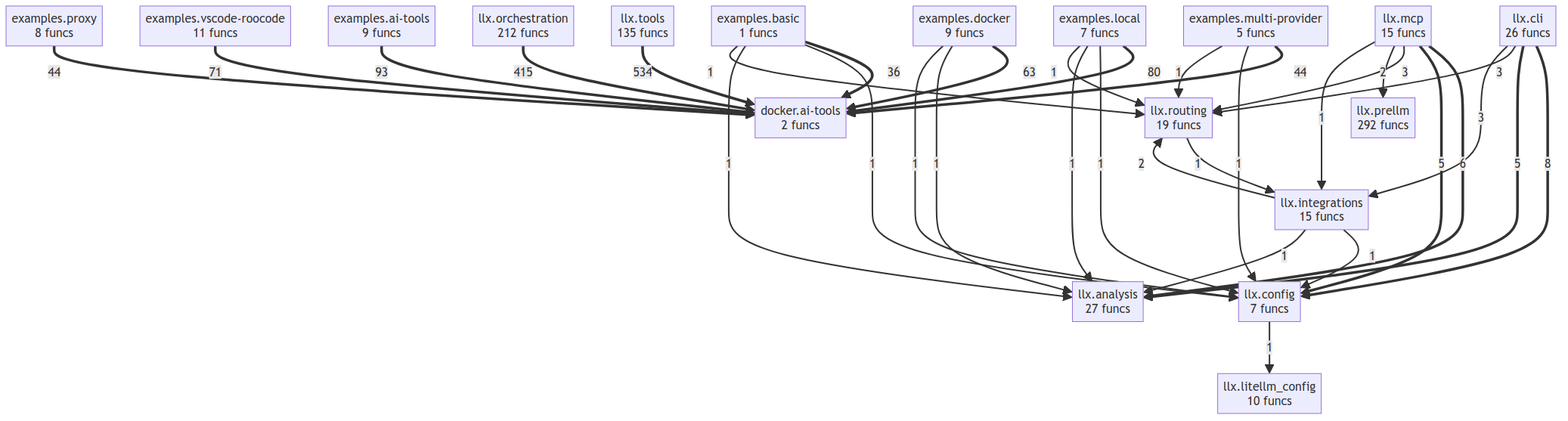
This is project/compact_flow.png from semcod/llx, a Mermaid export, as it was before one commit. Its source is kept beside it as project/compact_flow.mmd.
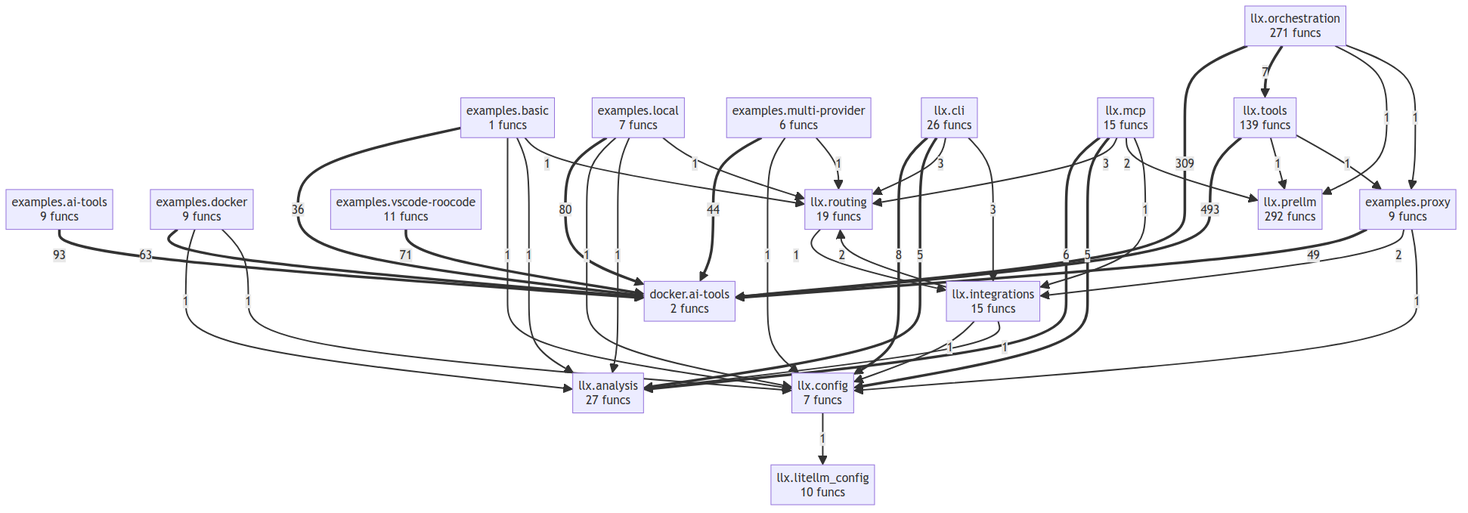
Later version of the same file.

What changed in the source:
```diff
@@ -1,52 +1,59 @@
 flowchart TD
-    docker_ai_tools["docker.ai-tools<br/>2 funcs"]
-    examples_ai_tools["examples.ai-tools<br/>9 funcs"]
-    examples_basic["examples.basic<br/>1 funcs"]
-    examples_docker["examples.docker<br/>9 funcs"]
-    examples_local["examples.local<br/>7 funcs"]
-    examples_multi_provider["examples.multi-provider<br/>5 funcs"]
-    examples_proxy["examples.proxy<br/>8 funcs"]
-    examples_vscode_roocode["examples.vscode-roocode<br/>11 funcs"]
-    llx_analysis["llx.analysis<br/>27 funcs"]
-    llx_cli["llx.cli<br/>26 funcs"]
-    llx_config["llx.config<br/>7 funcs"]
-    llx_integrations["llx.integrations<br/>15 funcs"]
-    llx_litellm_config["llx.litellm_config<br/>10 funcs"]
-    llx_mcp["llx.mcp<br/>15 funcs"]
-    llx_orchestration["llx.orchestration<br/>212 funcs"]
-    llx_prellm["llx.prellm<br/>292 funcs"]
-    llx_routing["llx.routing<br/>19 funcs"]
-    llx_tools["llx.tools<br/>135 funcs"]
-    llx_tools ==>|534| docker_ai_tools
-    llx_orchestration ==>|415| docker_ai_tools
-    examples_ai_tools ==>|93| docker_ai_tools
-    examples_local ==>|80| docker_ai_tools
-    examples_vscode_roocode ==>|71| docker_ai_tools
-    examples_docker ==>|63| docker_ai_tools
-    examples_proxy ==>|44| docker_ai_tools
-    examples_multi_provider ==>|44| docker_ai_tools
-    examples_basic ==>|36| docker_ai_tools
-    llx_cli ==>|8| llx_config
-    llx_mcp ==>|6| llx_analysis
-    llx_cli ==>|5| llx_analysis
-    llx_mcp ==>|5| llx_config
-    llx_cli -->|3| llx_routing
-    llx_cli -->|3| llx_integrations
-    llx_mcp -->|3| llx_routing
-    llx_mcp -->|2| llx_prellm
-    llx_integrations -->|2| llx_routing
-    llx_config -->|1| llx_litellm_config
-    llx_mcp -->|1| llx_integrations
-    llx_routing -->|1| llx_integrations
-    llx_integrations -->|1| llx_config
-    llx_integrations -->|1| llx_analysis
-    examples_docker -->|1| llx_analysis
-    examples_docker -->|1| llx_config
-    examples_multi_provider -->|1| llx_config
-    examples_multi_provider -->|1| llx_routing
-    examples_local -->|1| llx_config
-    examples_local -->|1| llx_analysis
-    examples_local -->|1| llx_routing
-    examples_basic -->|1| llx_config
-    examples_basic -->|1| llx_analysis
-    examples_basic -->|1| llx_routing
+    docker__ai_tools["docker.ai-tools<br/>2 funcs"]
+    examples__ai_tools["examples.ai-tools<br/>9 funcs"]
+    examples__basic["examples.basic<br/>1 funcs"]
+    examples__docker["examples.docker<br/>9 funcs"]
+    examples__local["examples.local<br/>7 funcs"]
+    examples__multi_provider["examples.multi-provider<br/>6 funcs"]
+    examples__proxy["examples.proxy<br/>9 funcs"]
+    examples__vscode_roocode["examples.vscode-roocode<br/>11 funcs"]
+    llx__analysis["llx.analysis<br/>27 funcs"]
+    llx__cli["llx.cli<br/>26 funcs"]
+    llx__config["llx.config<br/>7 funcs"]
+    llx__integrations["llx.integrations<br/>15 funcs"]
+    llx__litellm_config["llx.litellm_config<br/>10 funcs"]
+    llx__mcp["llx.mcp<br/>15 funcs"]
+    llx__orchestration["llx.orchestration<br/>271 funcs"]
+    llx__prellm["llx.prellm<br/>292 funcs"]
+    llx__routing["llx.routing<br/>19 funcs"]
+    llx__tools["llx.tools<br/>139 funcs"]
+    llx__tools ==>|493| docker__ai_tools
+    llx__orchestration ==>|309| docker__ai_tools
+    examples__ai_tools ==>|93| docker__ai_tools
+    examples__local ==>|80| docker__ai_tools
+    examples__vscode_roocode ==>|71| docker__ai_tools
+    examples__docker ==>|63| docker__ai_tools
+    examples__proxy ==>|49| docker__ai_tools
+    examples__multi_provider ==>|44| docker__ai_tools
+    examples__basic ==>|36| docker__ai_tools
+    llx__cli ==>|8| llx__config
+    llx__orchestration ==>|7| llx__tools
+    llx__mcp ==>|6| llx__analysis
+    llx__cli ==>|5| llx__analysis
+    llx__mcp ==>|5| llx__config
+    llx__cli -->|3| llx__routing
+    llx__cli -->|3| llx__integrations
+    llx__mcp -->|3| llx__routing
+    llx__integrations -->|2| llx__routing
+    llx__mcp -->|2| llx__prellm
+    examples__proxy -->|2| llx__integrations
+    llx__config -->|1| llx__litellm_config
+    llx__tools -->|1| llx__prellm
+    llx__tools -->|1| examples__proxy
+    llx__orchestration -->|1| llx__prellm
+    llx__orchestration -->|1| examples__proxy
+    llx__integrations -->|1| llx__config
+    llx__integrations -->|1| llx__analysis
+    llx__routing -->|1| llx__integrations
+    llx__mcp -->|1| llx__integrations
+    examples__proxy -->|1| llx__config
+    examples__docker -->|1| llx__analysis
+    examples__docker -->|1| llx__config
+    examples__local -->|1| llx__config
+    examples__local -->|1| llx__analysis
+    examples__local -->|1| llx__routing
+    examples__basic -->|1| llx__config
+    examples__basic -->|1| llx__analysis
+    examples__basic -->|1| llx__routing
+    examples__multi_provider -->|1| llx__config
+    examples__multi_provider -->|1| llx__routing
```
